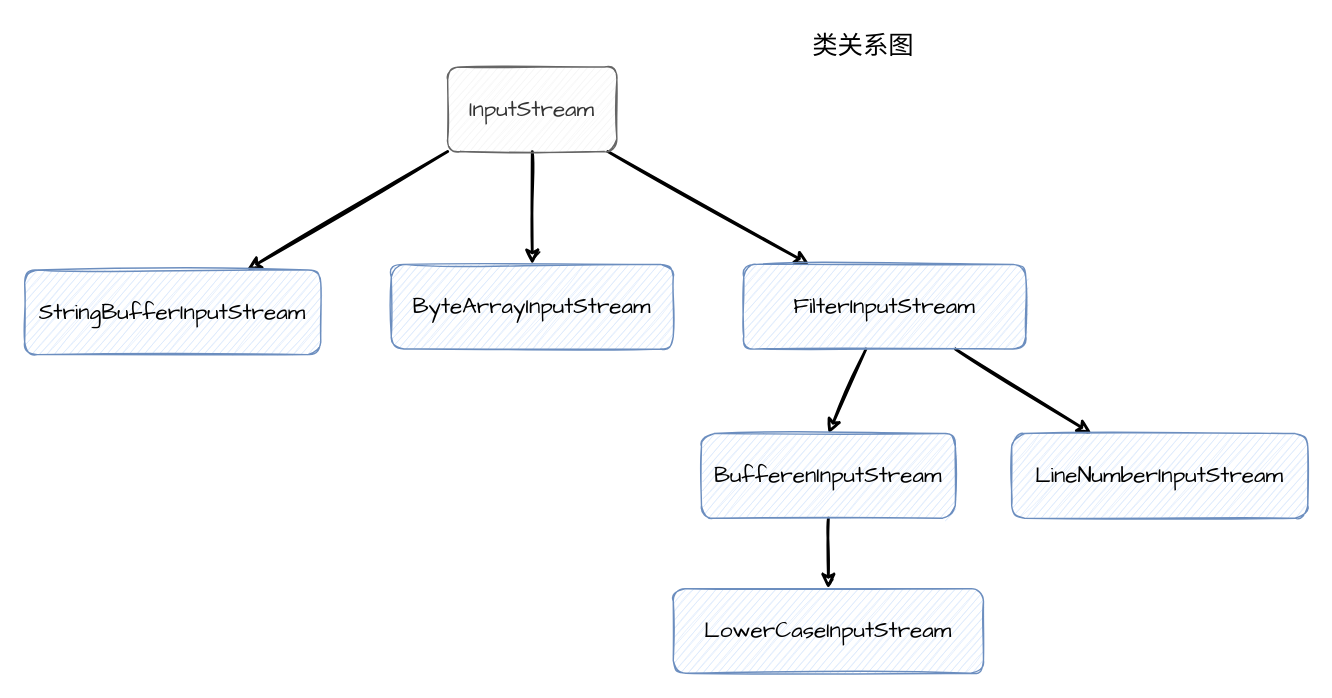
Earlier version of the draw.io diagram images/装饰者模式javaio.drawio (FangYuan33/head-first-design-patterns). Source tidied: cells renumbered, new cells numbered last; positions are measured from the earlier drawing's top-left corner, leaving out a move shared by most shapes. Both pictures are drawn from the tidied source at 141%, with x=0, y=0 at pixel (24, 24).
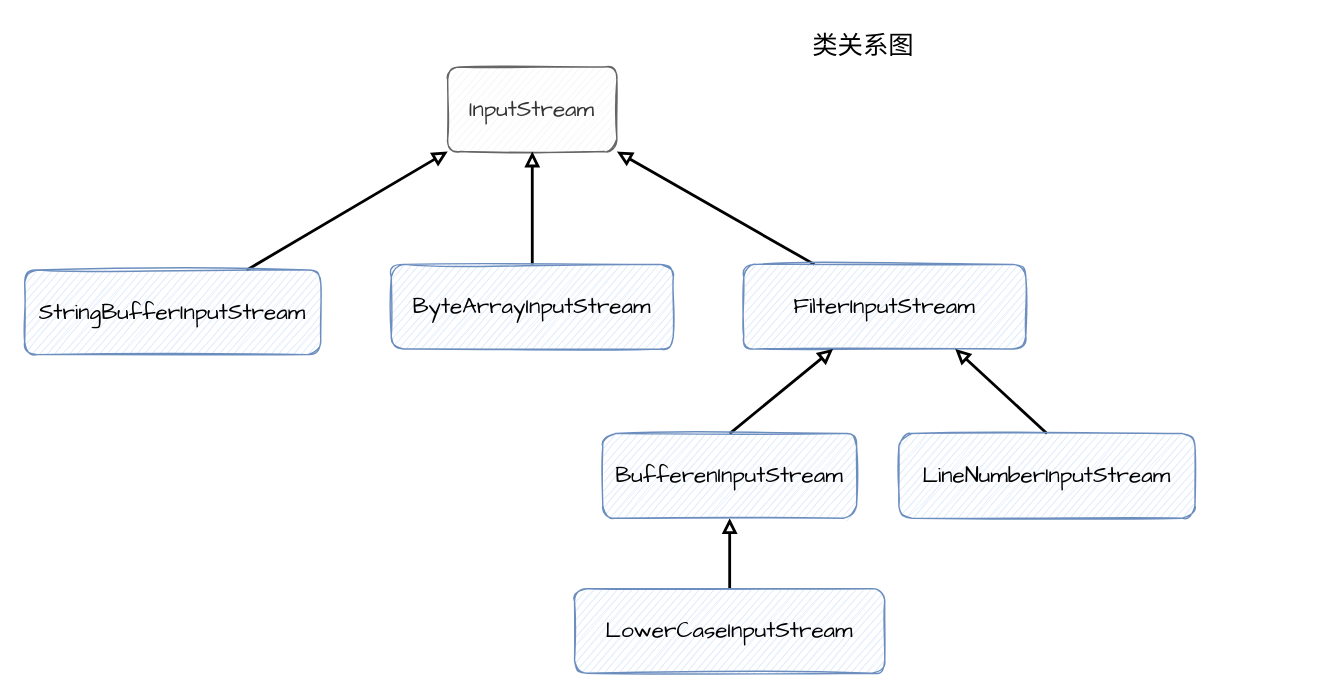
The same diagram, later.

Commit message (it also covers changes not shown here):
优化装饰者模式图片

Diff of the diagram source:
```diff
@@
 <mxGraphModel>
   <root>
     <mxCell id="0" />
     <mxCell id="1" parent="0" />
-    <mxCell id="2" style="rounded=0;jettySize=auto;html=1;fontFamily=Comic Sans MS;fontSize=16;sketch=1;strokeWidth=2;" parent="1" edge="1" source="5" target="6">
-      <mxGeometry relative="1" as="geometry" />
-    </mxCell>
-    <mxCell id="3" style="rounded=0;sketch=1;jettySize=auto;html=1;strokeWidth=2;fontFamily=Comic Sans MS;fontSize=16;" parent="1" edge="1" source="5" target="9">
-      <mxGeometry relative="1" as="geometry" />
-    </mxCell>
-    <mxCell id="4" style="edgeStyle=none;rounded=0;sketch=1;jettySize=auto;html=1;exitX=0;exitY=1;exitDx=0;exitDy=0;entryX=0.75;entryY=0;entryDx=0;entryDy=0;strokeWidth=2;fontFamily=Comic Sans MS;fontSize=16;" parent="1" edge="1" source="5" target="15">
-      <mxGeometry relative="1" as="geometry" />
-    </mxCell>
     <mxCell id="5" value="&lt;font style=&quot;font-size: 16px;&quot; face=&quot;Comic Sans MS&quot;&gt;InputStream&lt;/font&gt;" style="rounded=1;whiteSpace=wrap;html=1;sketch=1;fillColor=#f5f5f5;strokeColor=#666666;fontColor=#333333;" parent="1" vertex="1">
       <mxGeometry x="300" y="30" width="120" height="60" as="geometry" />
     </mxCell>
+    <mxCell id="16" style="edgeStyle=none;rounded=0;jettySize=auto;html=1;exitX=0.5;exitY=0;exitDx=0;exitDy=0;strokeWidth=2;endArrow=block;endFill=0;" parent="1" edge="1" source="6" target="5">
+      <mxGeometry relative="1" as="geometry" />
+    </mxCell>
     <mxCell id="6" value="&lt;font style=&quot;font-size: 16px;&quot; face=&quot;Comic Sans MS&quot;&gt;ByteArrayInputStream&lt;/font&gt;" style="rounded=1;whiteSpace=wrap;html=1;sketch=1;fillColor=#dae8fc;strokeColor=#6c8ebf;" parent="1" vertex="1">
       <mxGeometry x="260" y="170" width="200" height="60" as="geometry" />
     </mxCell>
-    <mxCell id="7" style="rounded=0;sketch=1;jettySize=auto;html=1;entryX=0.5;entryY=0;entryDx=0;entryDy=0;strokeWidth=2;fontFamily=Comic Sans MS;fontSize=16;" parent="1" edge="1" source="9" target="13">
-      <mxGeometry relative="1" as="geometry" />
-    </mxCell>
-    <mxCell id="8" style="edgeStyle=none;rounded=0;sketch=1;jettySize=auto;html=1;exitX=0.75;exitY=1;exitDx=0;exitDy=0;strokeWidth=2;fontFamily=Comic Sans MS;fontSize=16;" parent="1" edge="1" source="9" target="14">
-      <mxGeometry relative="1" as="geometry" />
-    </mxCell>
+    <mxCell id="17" style="edgeStyle=none;rounded=0;jettySize=auto;html=1;exitX=0.25;exitY=0;exitDx=0;exitDy=0;entryX=1;entryY=1;entryDx=0;entryDy=0;strokeWidth=2;endArrow=block;endFill=0;" parent="1" edge="1" source="9" target="5">
+      <mxGeometry relative="1" as="geometry" />
+    </mxCell>
     <mxCell id="9" value="&lt;font style=&quot;font-size: 16px;&quot; face=&quot;Comic Sans MS&quot;&gt;FilterInputStream&lt;/font&gt;" style="rounded=1;whiteSpace=wrap;html=1;sketch=1;fillColor=#dae8fc;strokeColor=#6c8ebf;" parent="1" vertex="1">
       <mxGeometry x="510" y="170" width="200" height="60" as="geometry" />
     </mxCell>
+    <mxCell id="18" style="edgeStyle=none;rounded=0;jettySize=auto;html=1;strokeWidth=2;endArrow=block;endFill=0;" parent="1" edge="1" source="10" target="13">
+      <mxGeometry relative="1" as="geometry" />
+    </mxCell>
     <mxCell id="10" value="&lt;font style=&quot;font-size: 16px;&quot; face=&quot;Comic Sans MS&quot;&gt;LowerCaseInputStream&lt;/font&gt;" style="rounded=1;whiteSpace=wrap;html=1;sketch=1;fillColor=#dae8fc;strokeColor=#6c8ebf;" parent="1" vertex="1">
-      <mxGeometry x="460" y="400" width="220" height="60" as="geometry" />
+      <mxGeometry x="390" y="400" width="220" height="60" as="geometry" />
     </mxCell>
     <mxCell id="11" value="&lt;font style=&quot;font-size: 18px;&quot;&gt;类关系图&lt;/font&gt;" style="text;html=1;strokeColor=none;fillColor=none;align=center;verticalAlign=middle;whiteSpace=wrap;rounded=0;sketch=1;fontFamily=Comic Sans MS;fontSize=16;" parent="1" vertex="1">
       <mxGeometry x="555" width="80" height="30" as="geometry" />
     </mxCell>
-    <mxCell id="12" style="edgeStyle=none;rounded=0;sketch=1;jettySize=auto;html=1;strokeWidth=2;fontFamily=Comic Sans MS;fontSize=16;" parent="1" edge="1" source="13" target="10">
-      <mxGeometry relative="1" as="geometry" />
-    </mxCell>
+    <mxCell id="19" style="edgeStyle=none;rounded=0;jettySize=auto;html=1;exitX=0.5;exitY=0;exitDx=0;exitDy=0;strokeWidth=2;endArrow=block;endFill=0;" parent="1" edge="1" source="13" target="9">
+      <mxGeometry relative="1" as="geometry" />
+    </mxCell>
     <mxCell id="13" value="&lt;font style=&quot;font-size: 16px;&quot; face=&quot;Comic Sans MS&quot;&gt;BufferenInputStream&lt;/font&gt;" style="rounded=1;whiteSpace=wrap;html=1;sketch=1;fillColor=#dae8fc;strokeColor=#6c8ebf;" parent="1" vertex="1">
-      <mxGeometry x="480" y="290" width="180" height="60" as="geometry" />
+      <mxGeometry x="410" y="290" width="180" height="60" as="geometry" />
     </mxCell>
+    <mxCell id="20" style="edgeStyle=none;rounded=0;jettySize=auto;html=1;exitX=0.5;exitY=0;exitDx=0;exitDy=0;entryX=0.75;entryY=1;entryDx=0;entryDy=0;strokeWidth=2;endArrow=block;endFill=0;" parent="1" edge="1" source="14" target="9">
+      <mxGeometry relative="1" as="geometry" />
+    </mxCell>
     <mxCell id="14" value="&lt;font style=&quot;font-size: 16px;&quot; face=&quot;Comic Sans MS&quot;&gt;LineNumberInputStream&lt;/font&gt;" style="rounded=1;whiteSpace=wrap;html=1;sketch=1;fillColor=#dae8fc;strokeColor=#6c8ebf;" parent="1" vertex="1">
-      <mxGeometry x="700" y="290" width="210" height="60" as="geometry" />
+      <mxGeometry x="620" y="290" width="210" height="60" as="geometry" />
     </mxCell>
+    <mxCell id="21" style="edgeStyle=none;rounded=0;jettySize=auto;html=1;exitX=0.75;exitY=0;exitDx=0;exitDy=0;entryX=0;entryY=1;entryDx=0;entryDy=0;strokeWidth=2;endArrow=block;endFill=0;" parent="1" edge="1" source="15" target="5">
+      <mxGeometry relative="1" as="geometry" />
+    </mxCell>
     <mxCell id="15" value="&lt;font face=&quot;Comic Sans MS&quot;&gt;&lt;span style=&quot;font-size: 16px;&quot;&gt;StringBufferInputStream&lt;/span&gt;&lt;/font&gt;" style="rounded=1;whiteSpace=wrap;html=1;sketch=1;fillColor=#dae8fc;strokeColor=#6c8ebf;" parent="1" vertex="1">
       <mxGeometry y="174" width="210" height="60" as="geometry" />
     </mxCell>
   </root>
 </mxGraphModel>
```
